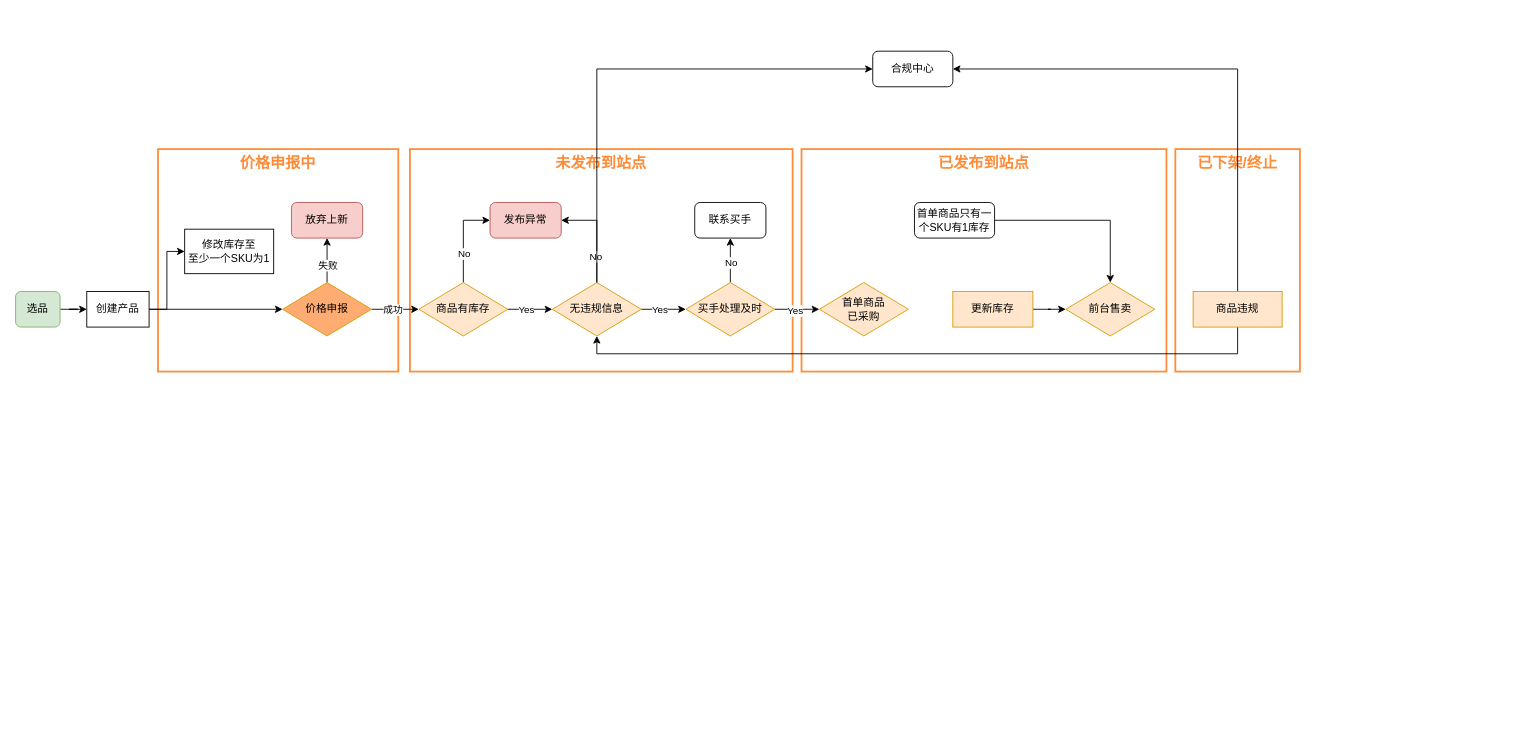
The draw.io diagram Semi-Managed Workflow.drawio in Wu-JunHui/Drawings, before the edit. Source tidied: cells renumbered, new cells numbered last; positions are measured from the earlier drawing's top-left corner, leaving out a move shared by most shapes. Both pictures are drawn from the tidied source at 89%, with x=0, y=0 at pixel (15, 51).
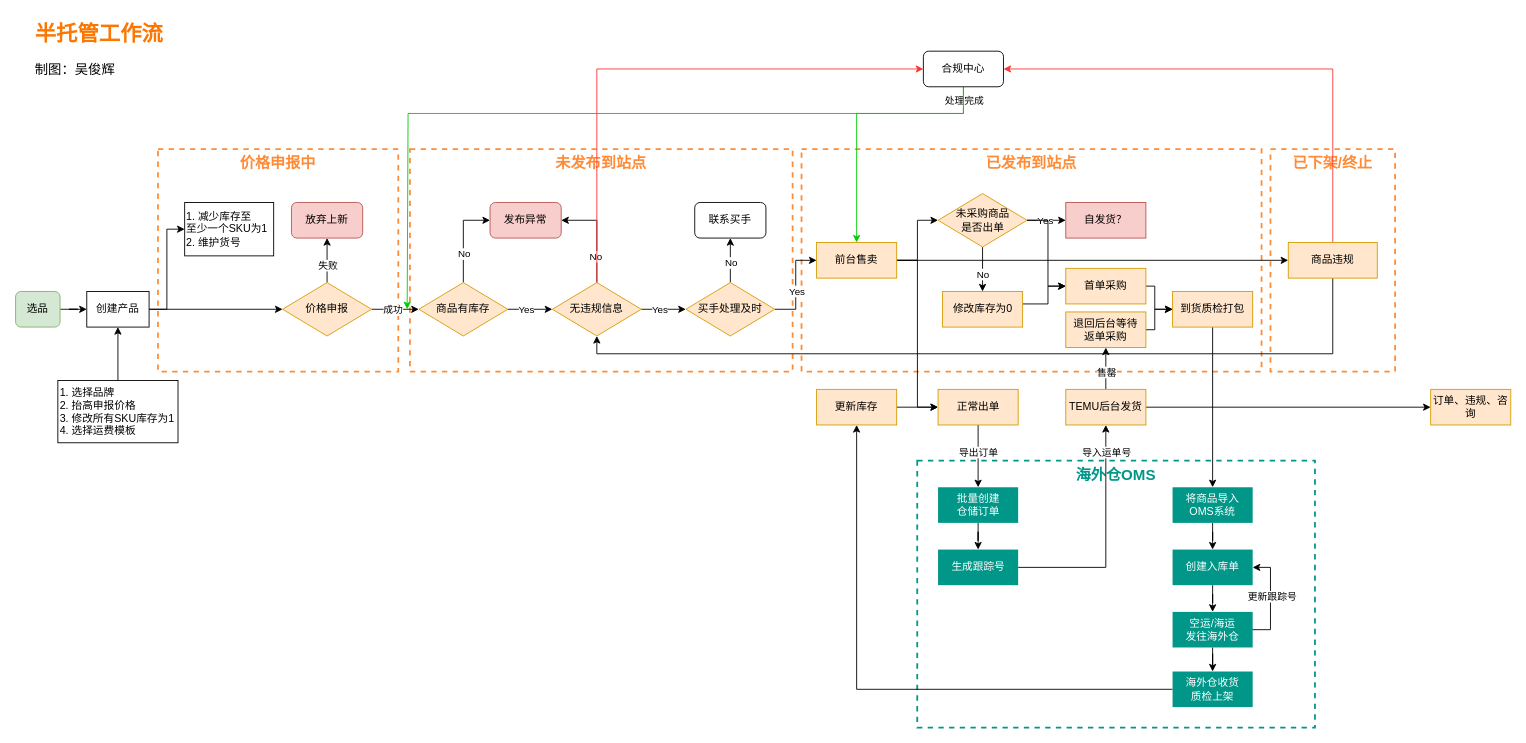
The same diagram, later.

Unchanged cells that the change refers to:
```xml
<mxCell id="10" value="创建产品" style="rounded=0;whiteSpace=wrap;html=1;" parent="1" vertex="1">
  <mxGeometry x="80" y="270" width="70" height="40" as="geometry" />
</mxCell>
<mxCell id="28" value="无违规信息" style="rhombus;whiteSpace=wrap;html=1;rounded=0;fillColor=#ffe6cc;strokeColor=#d79b00;" parent="1" vertex="1">
  <mxGeometry x="603.1" y="260" width="100" height="60" as="geometry" />
</mxCell>
<mxCell id="33" value="买手处理及时" style="rhombus;whiteSpace=wrap;html=1;rounded=0;fillColor=#ffe6cc;strokeColor=#d79b00;" parent="1" vertex="1">
  <mxGeometry x="753.1" y="260" width="100" height="60" as="geometry" />
</mxCell>
```

What changed in the source:
```diff
@@
+    <mxCell id="46" value="&lt;font&gt;海外仓OMS&lt;/font&gt;" style="rounded=0;whiteSpace=wrap;html=1;align=center;fillColor=none;horizontal=1;verticalAlign=top;fontColor=#009688;fontStyle=1;fontSize=17;strokeWidth=2;strokeColor=#009688;dashed=1;" parent="1" vertex="1">
+      <mxGeometry x="1013.1" y="460" width="446.9" height="300" as="geometry" />
+    </mxCell>
+    <mxCell id="4" value="已发布到站点" style="rounded=0;whiteSpace=wrap;html=1;align=center;fillColor=none;horizontal=1;verticalAlign=top;fontColor=#ff8b36;fontStyle=1;fontSize=17;strokeWidth=2;strokeColor=#ff8c37;dashed=1;" parent="1" vertex="1">
+      <mxGeometry x="883.1" y="110" width="516.9" height="250" as="geometry" />
+    </mxCell>
-    <mxCell id="2" value="价格申报中" style="rounded=0;whiteSpace=wrap;html=1;align=center;fillColor=none;horizontal=1;verticalAlign=top;fontColor=#ff8b36;fontStyle=1;fontSize=17;strokeWidth=2;strokeColor=#ff8c37;" parent="1" vertex="1">
+    <mxCell id="2" value="价格申报中" style="rounded=0;whiteSpace=wrap;html=1;align=center;fillColor=none;horizontal=1;verticalAlign=top;fontColor=#ff8b36;fontStyle=1;fontSize=17;strokeWidth=2;strokeColor=#ff8c37;dashed=1;" parent="1" vertex="1">
       <mxGeometry x="160" y="110" width="270" height="250" as="geometry" />
     </mxCell>
-    <mxCell id="3" value="已下架/终止" style="rounded=0;whiteSpace=wrap;html=1;align=center;fillColor=none;horizontal=1;verticalAlign=top;fontColor=#ff8b36;fontStyle=1;fontSize=17;strokeWidth=2;strokeColor=#ff8c37;" parent="1" vertex="1">
-      <mxGeometry x="1303.1" y="110" width="140" height="250" as="geometry" />
+    <mxCell id="3" value="已下架/终止" style="rounded=0;whiteSpace=wrap;html=1;align=center;fillColor=none;horizontal=1;verticalAlign=top;fontColor=#ff8b36;fontStyle=1;fontSize=17;strokeWidth=2;strokeColor=#ff8c37;dashed=1;" parent="1" vertex="1">
+      <mxGeometry x="1410" y="110" width="140" height="250" as="geometry" />
     </mxCell>
-    <mxCell id="4" value="已发布到站点" style="rounded=0;whiteSpace=wrap;html=1;align=center;fillColor=none;horizontal=1;verticalAlign=top;fontColor=#ff8b36;fontStyle=1;fontSize=17;strokeWidth=2;strokeColor=#ff8c37;" parent="1" vertex="1">
-      <mxGeometry x="883.1" y="110" width="410" height="250" as="geometry" />
-    </mxCell>
-    <mxCell id="5" value="未发布到站点" style="rounded=0;whiteSpace=wrap;html=1;align=center;fillColor=none;horizontal=1;verticalAlign=top;fontColor=#ff8b36;fontStyle=1;fontSize=17;strokeWidth=2;strokeColor=#ff8c37;" parent="1" vertex="1">
+    <mxCell id="5" value="未发布到站点" style="rounded=0;whiteSpace=wrap;html=1;align=center;fillColor=none;horizontal=1;verticalAlign=top;fontColor=#ff8b36;fontStyle=1;fontSize=17;strokeWidth=2;strokeColor=#ff8c37;dashed=1;" parent="1" vertex="1">
       <mxGeometry x="443.1" y="110" width="430" height="250" as="geometry" />
     </mxCell>
@@
-    <mxCell id="15" value="价格申报" style="rhombus;whiteSpace=wrap;html=1;rounded=0;fillColor=#ffac72;strokeColor=#d79b00;" parent="1" vertex="1">
+    <mxCell id="15" value="价格申报" style="rhombus;whiteSpace=wrap;html=1;rounded=0;fillColor=#ffe6cc;strokeColor=#d79b00;" parent="1" vertex="1">
       <mxGeometry x="300" y="260" width="100" height="60" as="geometry" />
     </mxCell>
@@
+    <mxCell id="47" style="edgeStyle=orthogonalEdgeStyle;rounded=0;jettySize=auto;html=1;entryX=0;entryY=0.5;entryDx=0;entryDy=0;" parent="1" edge="1" source="18" target="78">
+      <mxGeometry relative="1" as="geometry" />
+    </mxCell>
+    <mxCell id="48" style="edgeStyle=orthogonalEdgeStyle;rounded=0;jettySize=auto;html=1;entryX=0;entryY=0.5;entryDx=0;entryDy=0;" parent="1" edge="1" source="18" target="40">
+      <mxGeometry relative="1" as="geometry" />
+    </mxCell>
-    <mxCell id="18" value="更新库存" style="whiteSpace=wrap;html=1;fillColor=#ffe6cc;strokeColor=#d79b00;rounded=0;" parent="1" vertex="1">
-      <mxGeometry x="1053.1" y="270" width="90" height="40" as="geometry" />
+    <mxCell id="18" value="前台售卖" style="whiteSpace=wrap;html=1;fillColor=#ffe6cc;strokeColor=#d79b00;rounded=0;" parent="1" vertex="1">
+      <mxGeometry x="900" y="215" width="90" height="40" as="geometry" />
     </mxCell>
@@
-    <mxCell id="31" style="edgeStyle=orthogonalEdgeStyle;rounded=0;jettySize=auto;html=1;" parent="1" edge="1" source="33" target="36">
+    <mxCell id="31" style="edgeStyle=orthogonalEdgeStyle;rounded=0;jettySize=auto;html=1;entryX=0;entryY=0.5;entryDx=0;entryDy=0;" parent="1" edge="1" source="33" target="18">
       <mxGeometry relative="1" as="geometry" />
     </mxCell>
@@
-    <mxCell id="36" value="首单商品&lt;div&gt;已采购&lt;/div&gt;" style="rhombus;whiteSpace=wrap;html=1;rounded=0;fillColor=#ffe6cc;strokeColor=#d79b00;" parent="1" vertex="1">
-      <mxGeometry x="903.1" y="260" width="100" height="60" as="geometry" />
-    </mxCell>
+    <mxCell id="49" style="edgeStyle=orthogonalEdgeStyle;rounded=0;jettySize=auto;html=1;entryX=0.5;entryY=0;entryDx=0;entryDy=0;strokeColor=#00CC00;" parent="1" edge="1" source="37" target="18">
+      <mxGeometry relative="1" as="geometry">
+        <Array as="points">
+          <mxPoint x="1065" y="70" />
+          <mxPoint x="945" y="70" />
+        </Array>
+      </mxGeometry>
+    </mxCell>
+    <mxCell id="50" value="处理完成" style="edgeLabel;html=1;align=center;verticalAlign=middle;" parent="49" vertex="1">
+      <mxGeometry x="-0.9" relative="1" as="geometry" />
+    </mxCell>
+    <mxCell id="51" style="edgeStyle=orthogonalEdgeStyle;rounded=0;jettySize=auto;html=1;strokeColor=#00CC00;" parent="1" edge="1" source="37">
+      <mxGeometry relative="1" as="geometry">
+        <mxPoint x="440" y="290" as="targetPoint" />
+        <Array as="points">
+          <mxPoint x="1065" y="70" />
+          <mxPoint x="441" y="70" />
+          <mxPoint x="441" y="290" />
+        </Array>
+      </mxGeometry>
+    </mxCell>
     <mxCell id="37" value="合规中心" style="rounded=1;whiteSpace=wrap;html=1;" parent="1" vertex="1">
-      <mxGeometry x="963.1" width="90" height="40" as="geometry" />
+      <mxGeometry x="1020" width="90" height="40" as="geometry" />
     </mxCell>
-    <mxCell id="38" style="edgeStyle=orthogonalEdgeStyle;rounded=0;jettySize=auto;html=1;entryX=1;entryY=0.5;entryDx=0;entryDy=0;exitX=0.5;exitY=0;exitDx=0;exitDy=0;" parent="1" edge="1" source="40" target="37">
+    <mxCell id="38" style="edgeStyle=orthogonalEdgeStyle;rounded=0;jettySize=auto;html=1;entryX=1;entryY=0.5;entryDx=0;entryDy=0;exitX=0.5;exitY=0;exitDx=0;exitDy=0;strokeColor=#FF3333;" parent="1" edge="1" source="40" target="37">
       <mxGeometry relative="1" as="geometry">
         <Array as="points">
-          <mxPoint x="1373.1" y="270" />
-          <mxPoint x="1373.1" y="30" />
+          <mxPoint x="1480" y="20" />
         </Array>
       </mxGeometry>
     </mxCell>
     <mxCell id="39" style="edgeStyle=orthogonalEdgeStyle;rounded=0;jettySize=auto;html=1;entryX=0.5;entryY=1;entryDx=0;entryDy=0;" parent="1" edge="1" source="40" target="28">
       <mxGeometry relative="1" as="geometry">
         <Array as="points">
-          <mxPoint x="1373.1" y="340" />
-          <mxPoint x="653.1" y="340" />
+          <mxPoint x="1480" y="340" />
+          <mxPoint x="653" y="340" />
         </Array>
       </mxGeometry>
     </mxCell>
     <mxCell id="40" value="商品违规" style="whiteSpace=wrap;html=1;fillColor=#ffe6cc;strokeColor=#d79b00;rounded=0;" parent="1" vertex="1">
-      <mxGeometry x="1323.1" y="270" width="100" height="40" as="geometry" />
+      <mxGeometry x="1430" y="215" width="100" height="40" as="geometry" />
     </mxCell>
-    <mxCell id="41" style="edgeStyle=orthogonalEdgeStyle;rounded=0;jettySize=auto;html=1;entryX=0;entryY=0.5;entryDx=0;entryDy=0;exitX=0.5;exitY=0;exitDx=0;exitDy=0;" parent="1" edge="1" source="28" target="37">
+    <mxCell id="41" style="edgeStyle=orthogonalEdgeStyle;rounded=0;jettySize=auto;html=1;entryX=0;entryY=0.5;entryDx=0;entryDy=0;exitX=0.5;exitY=0;exitDx=0;exitDy=0;strokeColor=#FF3333;" parent="1" edge="1" source="28" target="37">
       <mxGeometry relative="1" as="geometry" />
     </mxCell>
-    <mxCell id="42" value="修改库存至&lt;div&gt;至少一个SKU为1&lt;/div&gt;" style="rounded=0;whiteSpace=wrap;html=1;spacingTop=0;" parent="1" vertex="1">
-      <mxGeometry x="190" y="200" width="100" height="50" as="geometry" />
+    <mxCell id="42" value="&lt;div style=&quot;&quot;&gt;&lt;span style=&quot;background-color: initial;&quot;&gt;1. 减少库存至&lt;/span&gt;&lt;/div&gt;&lt;div&gt;至少一个SKU为1&lt;/div&gt;&lt;div&gt;2. 维护货号&lt;/div&gt;" style="rounded=0;whiteSpace=wrap;html=1;spacingTop=0;align=left;" parent="1" vertex="1">
+      <mxGeometry x="190" y="170" width="100" height="60" as="geometry" />
     </mxCell>
+    <mxCell id="52" style="edgeStyle=orthogonalEdgeStyle;rounded=0;jettySize=auto;html=1;entryX=0;entryY=0.5;entryDx=0;entryDy=0;" parent="1" edge="1" source="43" target="57">
+      <mxGeometry relative="1" as="geometry" />
+    </mxCell>
+    <mxCell id="53" value="Yes" style="edgeLabel;html=1;align=center;verticalAlign=middle;" parent="52" vertex="1">
+      <mxGeometry x="-0.09" relative="1" as="geometry" />
+    </mxCell>
+    <mxCell id="54" style="edgeStyle=orthogonalEdgeStyle;rounded=0;jettySize=auto;html=1;entryX=0.5;entryY=0;entryDx=0;entryDy=0;" parent="1" edge="1" source="43" target="59">
+      <mxGeometry relative="1" as="geometry" />
+    </mxCell>
+    <mxCell id="55" value="No" style="edgeLabel;html=1;align=center;verticalAlign=middle;" parent="54" vertex="1">
+      <mxGeometry x="-0.31" relative="1" as="geometry">
+        <mxPoint y="13" as="offset" />
+      </mxGeometry>
+    </mxCell>
+    <mxCell id="56" style="edgeStyle=orthogonalEdgeStyle;rounded=0;jettySize=auto;html=1;entryX=0;entryY=0.5;entryDx=0;entryDy=0;" parent="1" edge="1" source="43" target="75">
+      <mxGeometry relative="1" as="geometry">
+        <Array as="points">
+          <mxPoint x="1160" y="190" />
+          <mxPoint x="1160" y="264" />
+        </Array>
+      </mxGeometry>
+    </mxCell>
-    <mxCell id="43" value="前台售卖" style="rhombus;whiteSpace=wrap;html=1;rounded=0;fillColor=#ffe6cc;strokeColor=#d79b00;" parent="1" vertex="1">
-      <mxGeometry x="1180" y="260" width="100" height="60" as="geometry" />
+    <mxCell id="43" value="未采购商品&lt;div&gt;是否出单&lt;/div&gt;" style="rhombus;whiteSpace=wrap;html=1;rounded=0;fillColor=#ffe6cc;strokeColor=#d79b00;" parent="1" vertex="1">
+      <mxGeometry x="1036.5" y="160" width="100" height="60" as="geometry" />
     </mxCell>
-    <mxCell id="44" style="edgeStyle=orthogonalEdgeStyle;rounded=0;jettySize=auto;html=1;entryX=0.5;entryY=0;entryDx=0;entryDy=0;" parent="1" edge="1" source="45" target="43">
-      <mxGeometry relative="1" as="geometry" />
-    </mxCell>
-    <mxCell id="45" value="首单商品只有一个SKU有1库存" style="rounded=1;whiteSpace=wrap;html=1;" parent="1" vertex="1">
-      <mxGeometry x="1010" y="170" width="90" height="40" as="geometry" />
-    </mxCell>
+    <mxCell id="57" value="自发货？" style="whiteSpace=wrap;html=1;fillColor=#f8cecc;strokeColor=#b85450;rounded=0;" parent="1" vertex="1">
+      <mxGeometry x="1180" y="170" width="90" height="40" as="geometry" />
+    </mxCell>
+    <mxCell id="58" style="edgeStyle=orthogonalEdgeStyle;rounded=0;jettySize=auto;html=1;entryX=0;entryY=0.5;entryDx=0;entryDy=0;" parent="1" edge="1" source="59" target="75">
+      <mxGeometry relative="1" as="geometry">
+        <Array as="points">
+          <mxPoint x="1160" y="284" />
+          <mxPoint x="1160" y="264" />
+        </Array>
+      </mxGeometry>
+    </mxCell>
+    <mxCell id="59" value="修改库存为0" style="whiteSpace=wrap;html=1;fillColor=#ffe6cc;strokeColor=#d79b00;rounded=0;" parent="1" vertex="1">
+      <mxGeometry x="1041.5" y="270" width="90" height="40" as="geometry" />
+    </mxCell>
+    <mxCell id="60" style="edgeStyle=orthogonalEdgeStyle;rounded=0;jettySize=auto;html=1;entryX=0.5;entryY=0;entryDx=0;entryDy=0;" parent="1" edge="1" source="61" target="63">
+      <mxGeometry relative="1" as="geometry" />
+    </mxCell>
+    <mxCell id="61" value="到货质检打包" style="whiteSpace=wrap;html=1;fillColor=#ffe6cc;strokeColor=#d79b00;rounded=0;" parent="1" vertex="1">
+      <mxGeometry x="1300" y="270" width="90" height="40" as="geometry" />
+    </mxCell>
+    <mxCell id="62" style="edgeStyle=orthogonalEdgeStyle;rounded=0;jettySize=auto;html=1;entryX=0.5;entryY=0;entryDx=0;entryDy=0;" parent="1" edge="1" source="63" target="65">
+      <mxGeometry relative="1" as="geometry" />
+    </mxCell>
+    <mxCell id="63" value="将商品导入&lt;div&gt;OMS系统&lt;/div&gt;" style="whiteSpace=wrap;html=1;fillColor=#009688;strokeColor=none;rounded=0;fontColor=#FFFFFF;" parent="1" vertex="1">
+      <mxGeometry x="1300" y="490" width="90" height="40" as="geometry" />
+    </mxCell>
+    <mxCell id="64" style="edgeStyle=orthogonalEdgeStyle;rounded=0;jettySize=auto;html=1;" parent="1" edge="1" source="65" target="69">
+      <mxGeometry relative="1" as="geometry" />
+    </mxCell>
+    <mxCell id="65" value="创建入库单" style="whiteSpace=wrap;html=1;fillColor=#009688;strokeColor=none;rounded=0;fontColor=#FFFFFF;" parent="1" vertex="1">
+      <mxGeometry x="1300" y="560" width="90" height="40" as="geometry" />
+    </mxCell>
+    <mxCell id="66" style="edgeStyle=orthogonalEdgeStyle;rounded=0;jettySize=auto;html=1;" parent="1" edge="1" source="69" target="71">
+      <mxGeometry relative="1" as="geometry" />
+    </mxCell>
+    <mxCell id="67" style="edgeStyle=orthogonalEdgeStyle;rounded=0;jettySize=auto;html=1;entryX=1;entryY=0.5;entryDx=0;entryDy=0;" parent="1" edge="1" target="65">
+      <mxGeometry relative="1" as="geometry">
+        <mxPoint x="1360" y="650" as="sourcePoint" />
+        <Array as="points">
+          <mxPoint x="1410" y="650" />
+          <mxPoint x="1410" y="580" />
+        </Array>
+      </mxGeometry>
+    </mxCell>
+    <mxCell id="68" value="更新跟踪号" style="edgeLabel;html=1;align=center;verticalAlign=middle;" parent="67" vertex="1">
+      <mxGeometry x="0.26" y="-1" relative="1" as="geometry" />
+    </mxCell>
+    <mxCell id="69" value="空运/海运&lt;div&gt;发往海外仓&lt;/div&gt;" style="whiteSpace=wrap;html=1;fillColor=#009688;strokeColor=none;rounded=0;fontColor=#FFFFFF;" parent="1" vertex="1">
+      <mxGeometry x="1300" y="630" width="90" height="40" as="geometry" />
+    </mxCell>
+    <mxCell id="70" style="edgeStyle=orthogonalEdgeStyle;rounded=0;jettySize=auto;html=1;" parent="1" edge="1" source="71" target="73">
+      <mxGeometry relative="1" as="geometry" />
+    </mxCell>
+    <mxCell id="71" value="海外仓收货&lt;div&gt;质检上架&lt;/div&gt;" style="whiteSpace=wrap;html=1;fillColor=#009688;strokeColor=none;rounded=0;fontColor=#FFFFFF;" parent="1" vertex="1">
+      <mxGeometry x="1300" y="697" width="90" height="40" as="geometry" />
+    </mxCell>
+    <mxCell id="72" style="edgeStyle=orthogonalEdgeStyle;rounded=0;jettySize=auto;html=1;entryX=0;entryY=0.5;entryDx=0;entryDy=0;" parent="1" edge="1" source="73" target="78">
+      <mxGeometry relative="1" as="geometry" />
+    </mxCell>
+    <mxCell id="73" value="更新库存" style="whiteSpace=wrap;html=1;fillColor=#ffe6cc;strokeColor=#d79b00;rounded=0;" parent="1" vertex="1">
+      <mxGeometry x="900" y="380" width="90" height="40" as="geometry" />
+    </mxCell>
+    <mxCell id="74" style="edgeStyle=orthogonalEdgeStyle;rounded=0;jettySize=auto;html=1;entryX=0;entryY=0.5;entryDx=0;entryDy=0;" parent="1" edge="1" source="75" target="61">
+      <mxGeometry relative="1" as="geometry">
+        <Array as="points">
+          <mxPoint x="1280" y="264" />
+          <mxPoint x="1280" y="290" />
+        </Array>
+      </mxGeometry>
+    </mxCell>
+    <mxCell id="75" value="首单采购" style="whiteSpace=wrap;html=1;fillColor=#ffe6cc;strokeColor=#d79b00;rounded=0;" parent="1" vertex="1">
+      <mxGeometry x="1180" y="244" width="90" height="40" as="geometry" />
+    </mxCell>
+    <mxCell id="76" style="edgeStyle=orthogonalEdgeStyle;rounded=0;jettySize=auto;html=1;entryX=0.5;entryY=0;entryDx=0;entryDy=0;" parent="1" edge="1" source="78" target="80">
+      <mxGeometry relative="1" as="geometry" />
+    </mxCell>
+    <mxCell id="77" value="导出订单" style="edgeLabel;html=1;align=center;verticalAlign=middle;" parent="76" vertex="1">
+      <mxGeometry x="-0.32" relative="1" as="geometry">
+        <mxPoint y="6" as="offset" />
+      </mxGeometry>
+    </mxCell>
+    <mxCell id="78" value="正常出单" style="whiteSpace=wrap;html=1;fillColor=#ffe6cc;strokeColor=#d79b00;rounded=0;" parent="1" vertex="1">
+      <mxGeometry x="1036.5" y="380" width="90" height="40" as="geometry" />
+    </mxCell>
+    <mxCell id="79" style="edgeStyle=orthogonalEdgeStyle;rounded=0;jettySize=auto;html=1;" parent="1" edge="1" source="80" target="83">
+      <mxGeometry relative="1" as="geometry" />
+    </mxCell>
+    <mxCell id="80" value="批量创建&lt;div&gt;仓储订单&lt;/div&gt;" style="whiteSpace=wrap;html=1;fillColor=#009688;strokeColor=none;rounded=0;fontColor=#FFFFFF;" parent="1" vertex="1">
+      <mxGeometry x="1036.5" y="490" width="90" height="40" as="geometry" />
+    </mxCell>
+    <mxCell id="81" style="edgeStyle=orthogonalEdgeStyle;rounded=0;jettySize=auto;html=1;" parent="1" edge="1" source="83" target="87">
+      <mxGeometry relative="1" as="geometry" />
+    </mxCell>
+    <mxCell id="82" value="导入运单号" style="edgeLabel;html=1;align=center;verticalAlign=middle;" parent="81" vertex="1">
+      <mxGeometry x="-0.13" y="1" relative="1" as="geometry">
+        <mxPoint x="1" y="-116" as="offset" />
+      </mxGeometry>
+    </mxCell>
+    <mxCell id="83" value="生成跟踪号" style="whiteSpace=wrap;html=1;fillColor=#009688;strokeColor=none;rounded=0;fontColor=#FFFFFF;" parent="1" vertex="1">
+      <mxGeometry x="1036.5" y="560" width="90" height="40" as="geometry" />
+    </mxCell>
+    <mxCell id="84" style="edgeStyle=orthogonalEdgeStyle;rounded=0;jettySize=auto;html=1;entryX=0.5;entryY=1;entryDx=0;entryDy=0;" parent="1" edge="1" source="87" target="91">
+      <mxGeometry relative="1" as="geometry" />
+    </mxCell>
+    <mxCell id="85" value="售罄" style="edgeLabel;html=1;align=center;verticalAlign=middle;" parent="84" vertex="1">
+      <mxGeometry x="-0.13" relative="1" as="geometry" />
+    </mxCell>
+    <mxCell id="86" style="edgeStyle=orthogonalEdgeStyle;rounded=0;jettySize=auto;html=1;" parent="1" edge="1" source="87" target="93">
+      <mxGeometry relative="1" as="geometry" />
+    </mxCell>
+    <mxCell id="87" value="TEMU后台发货" style="whiteSpace=wrap;html=1;fillColor=#ffe6cc;strokeColor=#d79b00;rounded=0;" parent="1" vertex="1">
+      <mxGeometry x="1180" y="380" width="90" height="40" as="geometry" />
+    </mxCell>
+    <mxCell id="88" style="edgeStyle=orthogonalEdgeStyle;rounded=0;jettySize=auto;html=1;entryX=0.5;entryY=1;entryDx=0;entryDy=0;" parent="1" edge="1" source="89" target="10">
+      <mxGeometry relative="1" as="geometry" />
+    </mxCell>
+    <mxCell id="89" value="1. 选择品牌&lt;div&gt;2. 抬高申报价格&lt;/div&gt;&lt;div&gt;3. 修改所有SKU库存为1&lt;/div&gt;&lt;div&gt;4. 选择运费模板&lt;/div&gt;" style="rounded=0;whiteSpace=wrap;html=1;align=left;" parent="1" vertex="1">
+      <mxGeometry x="47.5" y="370" width="135" height="70" as="geometry" />
+    </mxCell>
+    <mxCell id="90" style="edgeStyle=orthogonalEdgeStyle;rounded=0;jettySize=auto;html=1;entryX=0;entryY=0.5;entryDx=0;entryDy=0;" parent="1" edge="1" source="91" target="61">
+      <mxGeometry relative="1" as="geometry">
+        <Array as="points">
+          <mxPoint x="1280" y="313" />
+          <mxPoint x="1280" y="290" />
+        </Array>
+      </mxGeometry>
+    </mxCell>
+    <mxCell id="91" value="&lt;span style=&quot;background-color: initial;&quot;&gt;退回后台&lt;/span&gt;&lt;span style=&quot;background-color: initial;&quot;&gt;等待&lt;/span&gt;&lt;div&gt;&lt;span style=&quot;background-color: initial;&quot;&gt;返单采购&lt;/span&gt;&lt;/div&gt;" style="whiteSpace=wrap;html=1;fillColor=#ffe6cc;strokeColor=#d79b00;rounded=0;" parent="1" vertex="1">
+      <mxGeometry x="1180" y="293" width="90" height="40" as="geometry" />
+    </mxCell>
+    <mxCell id="92" value="&lt;h1 style=&quot;margin-top: 0px;&quot;&gt;&lt;font color=&quot;#fb7701&quot;&gt;半托管工作流&lt;/font&gt;&lt;/h1&gt;&lt;p&gt;&lt;span style=&quot;background-color: initial;&quot;&gt;&lt;font style=&quot;font-size: 15px;&quot;&gt;制图：吴俊辉&lt;/font&gt;&lt;/span&gt;&lt;br&gt;&lt;/p&gt;" style="text;html=1;whiteSpace=wrap;overflow=hidden;rounded=0;" parent="1" vertex="1">
+      <mxGeometry x="20" y="-40" width="280" height="120" as="geometry" />
+    </mxCell>
+    <mxCell id="93" value="订单、违规、咨询" style="whiteSpace=wrap;html=1;fillColor=#ffe6cc;strokeColor=#d79b00;rounded=0;" parent="1" vertex="1">
+      <mxGeometry x="1590" y="380" width="90" height="40" as="geometry" />
+    </mxCell>
```
